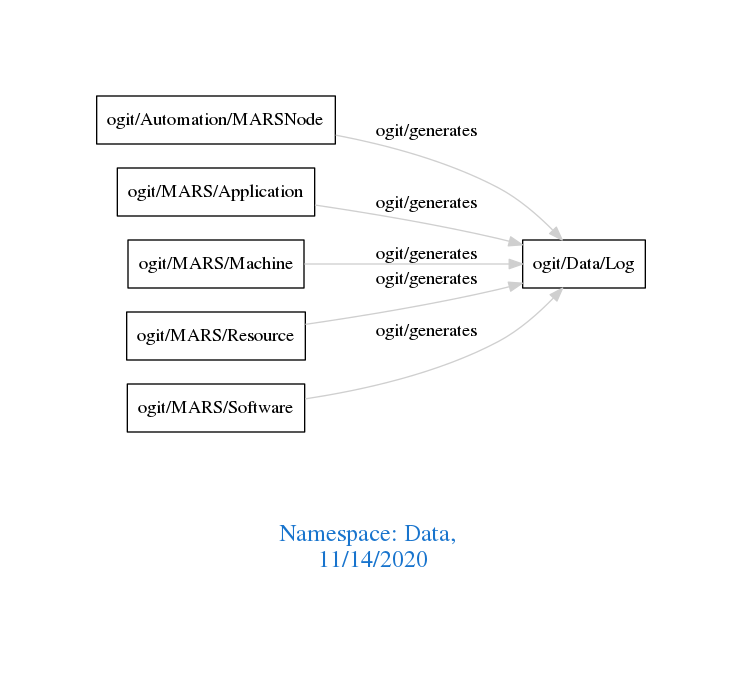
arago/OGIT keeps this Graphviz diagram as downloads/Data.png. Above is the earlier version. Its source is kept beside it as downloads/Data.dot.
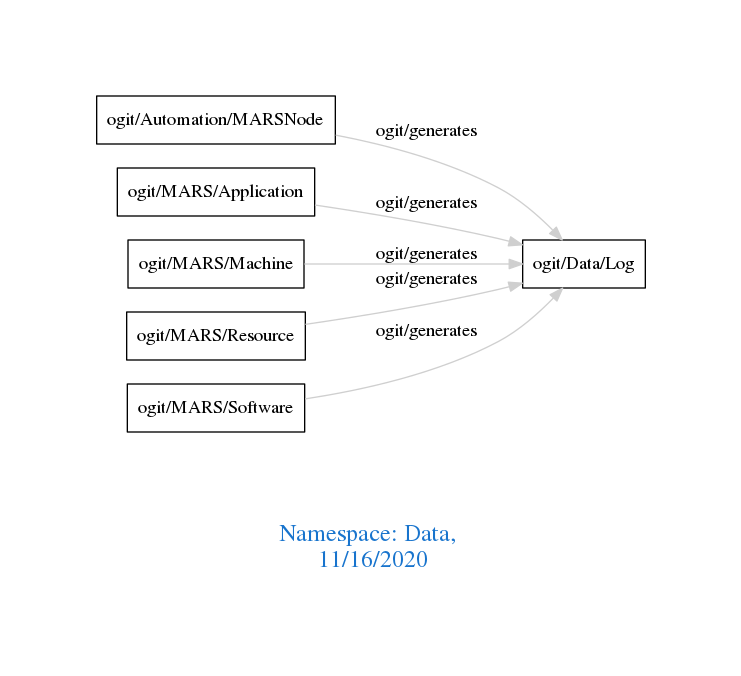
Later version of the same file.

The edit, as a diff of the source:
```diff
@@ -1,7 +1,7 @@
 digraph OGIT_ontology {
  graph [ rankdir= LR,pad=1
 fontsize = 18,
-fontcolor= dodgerblue3,label = "\n\n\nNamespace: Data, \n 11/14/2020"];
+fontcolor= dodgerblue3,label = "\n\n\nNamespace: Data, \n 11/16/2020"];
 node[shape=polygon];
 edge [  color="gray81"];
 
```
